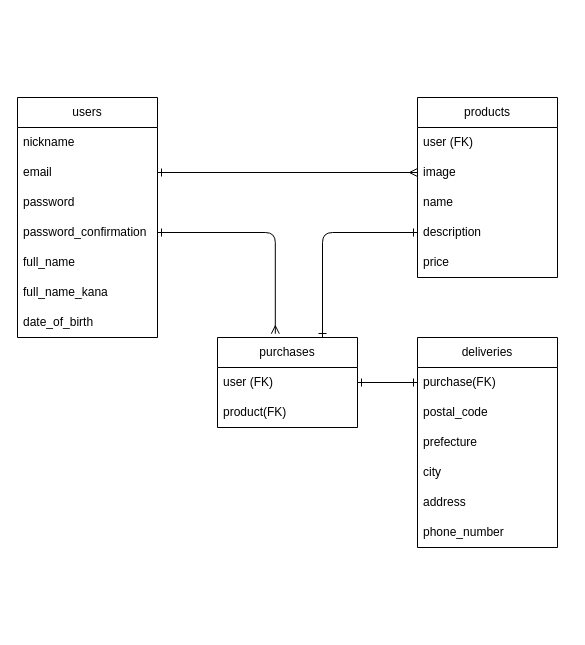
Above: furima.dio in taigo2023/furima-40423 (draw.io), before the change. Source tidied: cells renumbered, new cells numbered last; positions are measured from the earlier drawing's top-left corner, leaving out a move shared by most shapes. Both pictures are drawn from the tidied source at 100%, with x=0, y=0 at pixel (17, 97).
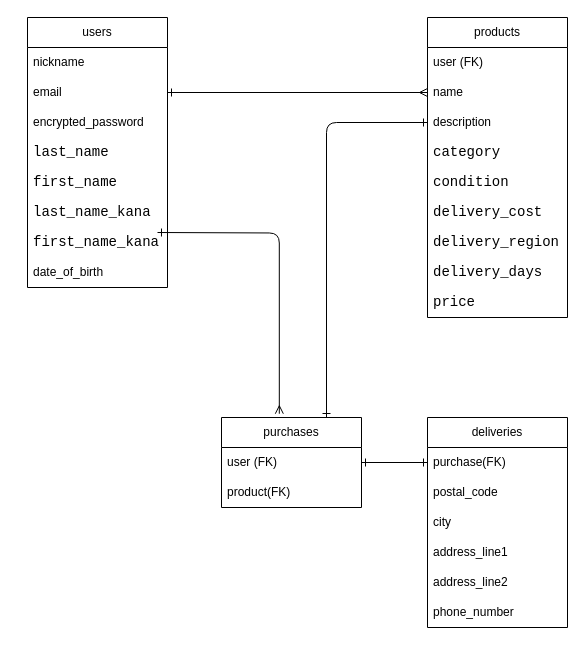
The same diagram, later.

Commit message (it also covers changes not shown here):
データベース設計 #3 　修正１

Unchanged cells that the change refers to:
```xml
<mxCell id="20" value="email" style="text;strokeColor=none;fillColor=none;align=left;verticalAlign=middle;spacingLeft=4;spacingRight=4;overflow=hidden;points=[[0,0.5],[1,0.5]];portConstraint=eastwest;whiteSpace=wrap;html=1;" parent="18" vertex="1">
  <mxGeometry y="60" width="140" height="30" as="geometry" />
</mxCell>
```

Change to the diagram source:
```diff
@@
     <mxCell id="2" value="products" style="swimlane;fontStyle=0;horizontal=1;startSize=30;whiteSpace=wrap;html=1;" parent="1" vertex="1">
-      <mxGeometry x="400" width="140" height="180" as="geometry" />
+      <mxGeometry x="410" y="-80" width="140" height="300" as="geometry" />
     </mxCell>
@@
-    <mxCell id="4" value="image" style="text;strokeColor=none;fillColor=none;align=left;verticalAlign=middle;spacingLeft=4;spacingRight=4;overflow=hidden;points=[[0,0.5],[1,0.5]];portConstraint=eastwest;whiteSpace=wrap;html=1;" parent="2" vertex="1">
-      <mxGeometry y="60" width="140" height="30" as="geometry" />
-    </mxCell>
     <mxCell id="5" value="name" style="text;strokeColor=none;fillColor=none;align=left;verticalAlign=middle;spacingLeft=4;spacingRight=4;overflow=hidden;points=[[0,0.5],[1,0.5]];portConstraint=eastwest;whiteSpace=wrap;html=1;" parent="2" vertex="1">
-      <mxGeometry y="90" width="140" height="30" as="geometry" />
+      <mxGeometry y="60" width="140" height="30" as="geometry" />
     </mxCell>
     <mxCell id="6" value="description" style="text;strokeColor=none;fillColor=none;align=left;verticalAlign=middle;spacingLeft=4;spacingRight=4;overflow=hidden;points=[[0,0.5],[1,0.5]];portConstraint=eastwest;whiteSpace=wrap;html=1;" parent="2" vertex="1">
-      <mxGeometry y="120" width="140" height="30" as="geometry" />
+      <mxGeometry y="90" width="140" height="30" as="geometry" />
     </mxCell>
+    <mxCell id="30" value="&lt;div style=&quot;background-color: rgb(255, 255, 255); font-family: &amp;quot;Ricty Diminished&amp;quot;, Consolas, &amp;quot;Courier New&amp;quot;, monospace; font-size: 14px; line-height: 19px;&quot;&gt;category&lt;/div&gt;" style="text;strokeColor=none;fillColor=none;align=left;verticalAlign=middle;spacingLeft=4;spacingRight=4;overflow=hidden;whiteSpace=wrap;html=1;" parent="2" vertex="1">
+      <mxGeometry y="120" width="140" height="30" as="geometry" />
+    </mxCell>
+    <mxCell id="31" value="&lt;div style=&quot;background-color: rgb(255, 255, 255); font-family: &amp;quot;Ricty Diminished&amp;quot;, Consolas, &amp;quot;Courier New&amp;quot;, monospace; font-size: 14px; line-height: 19px;&quot;&gt;condition&lt;/div&gt;" style="text;strokeColor=none;fillColor=none;align=left;verticalAlign=middle;spacingLeft=4;spacingRight=4;overflow=hidden;whiteSpace=wrap;html=1;" parent="2" vertex="1">
+      <mxGeometry y="150" width="140" height="30" as="geometry" />
+    </mxCell>
+    <mxCell id="32" value="&lt;div style=&quot;background-color: rgb(255, 255, 255); font-family: &amp;quot;Ricty Diminished&amp;quot;, Consolas, &amp;quot;Courier New&amp;quot;, monospace; font-size: 14px; line-height: 19px;&quot;&gt;&lt;div style=&quot;line-height: 19px;&quot;&gt;delivery_cost&lt;/div&gt;&lt;/div&gt;" style="text;strokeColor=none;fillColor=none;align=left;verticalAlign=middle;spacingLeft=4;spacingRight=4;overflow=hidden;whiteSpace=wrap;html=1;" parent="2" vertex="1">
+      <mxGeometry y="180" width="140" height="30" as="geometry" />
+    </mxCell>
+    <mxCell id="33" value="&lt;div style=&quot;background-color: rgb(255, 255, 255); font-family: &amp;quot;Ricty Diminished&amp;quot;, Consolas, &amp;quot;Courier New&amp;quot;, monospace; font-size: 14px; line-height: 19px;&quot;&gt;&lt;div style=&quot;line-height: 19px;&quot;&gt;&lt;div style=&quot;line-height: 19px;&quot;&gt;delivery_region&lt;/div&gt;&lt;/div&gt;&lt;/div&gt;" style="text;strokeColor=none;fillColor=none;align=left;verticalAlign=middle;spacingLeft=4;spacingRight=4;overflow=hidden;whiteSpace=wrap;html=1;" parent="2" vertex="1">
+      <mxGeometry y="210" width="140" height="30" as="geometry" />
+    </mxCell>
+    <mxCell id="34" value="&lt;div style=&quot;background-color: rgb(255, 255, 255); font-family: &amp;quot;Ricty Diminished&amp;quot;, Consolas, &amp;quot;Courier New&amp;quot;, monospace; font-size: 14px; line-height: 19px;&quot;&gt;&lt;div style=&quot;line-height: 19px;&quot;&gt;&lt;div style=&quot;line-height: 19px;&quot;&gt;&lt;div style=&quot;line-height: 19px;&quot;&gt;delivery_days&lt;/div&gt;&lt;/div&gt;&lt;/div&gt;&lt;/div&gt;" style="text;strokeColor=none;fillColor=none;align=left;verticalAlign=middle;spacingLeft=4;spacingRight=4;overflow=hidden;whiteSpace=wrap;html=1;" parent="2" vertex="1">
+      <mxGeometry y="240" width="140" height="30" as="geometry" />
+    </mxCell>
-    <mxCell id="7" value="price" style="text;strokeColor=none;fillColor=none;align=left;verticalAlign=middle;spacingLeft=4;spacingRight=4;overflow=hidden;whiteSpace=wrap;html=1;" parent="2" vertex="1">
-      <mxGeometry y="150" width="140" height="30" as="geometry" />
+    <mxCell id="7" value="&lt;div style=&quot;background-color: rgb(255, 255, 255); font-family: &amp;quot;Ricty Diminished&amp;quot;, Consolas, &amp;quot;Courier New&amp;quot;, monospace; font-size: 14px; line-height: 19px;&quot;&gt;&lt;div style=&quot;line-height: 19px;&quot;&gt;&lt;div style=&quot;line-height: 19px;&quot;&gt;&lt;div style=&quot;line-height: 19px;&quot;&gt;price&lt;/div&gt;&lt;/div&gt;&lt;/div&gt;&lt;/div&gt;" style="text;strokeColor=none;fillColor=none;align=left;verticalAlign=middle;spacingLeft=4;spacingRight=4;overflow=hidden;whiteSpace=wrap;html=1;" parent="2" vertex="1">
+      <mxGeometry y="270" width="140" height="30" as="geometry" />
     </mxCell>
     <mxCell id="8" value="purchases" style="swimlane;fontStyle=0;horizontal=1;startSize=30;whiteSpace=wrap;html=1;" parent="1" vertex="1">
-      <mxGeometry x="200" y="240" width="140" height="90" as="geometry" />
+      <mxGeometry x="204" y="320" width="140" height="90" as="geometry" />
     </mxCell>
@@
     <mxCell id="11" value="deliveries" style="swimlane;fontStyle=0;horizontal=1;startSize=30;whiteSpace=wrap;html=1;" parent="1" vertex="1">
-      <mxGeometry x="400" y="240" width="140" height="210" as="geometry" />
+      <mxGeometry x="410" y="320" width="140" height="210" as="geometry" />
     </mxCell>
@@
-    <mxCell id="14" value="prefecture" style="text;strokeColor=none;fillColor=none;align=left;verticalAlign=middle;spacingLeft=4;spacingRight=4;overflow=hidden;whiteSpace=wrap;html=1;" parent="11" vertex="1">
+    <mxCell id="14" value="city" style="text;strokeColor=none;fillColor=none;align=left;verticalAlign=middle;spacingLeft=4;spacingRight=4;overflow=hidden;whiteSpace=wrap;html=1;" parent="11" vertex="1">
       <mxGeometry y="90" width="140" height="30" as="geometry" />
     </mxCell>
-    <mxCell id="15" value="city" style="text;strokeColor=none;fillColor=none;align=left;verticalAlign=middle;spacingLeft=4;spacingRight=4;overflow=hidden;whiteSpace=wrap;html=1;" parent="11" vertex="1">
+    <mxCell id="15" value="address_line1" style="text;strokeColor=none;fillColor=none;align=left;verticalAlign=middle;spacingLeft=4;spacingRight=4;overflow=hidden;whiteSpace=wrap;html=1;" parent="11" vertex="1">
       <mxGeometry y="120" width="140" height="30" as="geometry" />
     </mxCell>
-    <mxCell id="16" value="address" style="text;strokeColor=none;fillColor=none;align=left;verticalAlign=middle;spacingLeft=4;spacingRight=4;overflow=hidden;whiteSpace=wrap;html=1;" parent="11" vertex="1">
+    <mxCell id="16" value="address_line2" style="text;strokeColor=none;fillColor=none;align=left;verticalAlign=middle;spacingLeft=4;spacingRight=4;overflow=hidden;whiteSpace=wrap;html=1;" parent="11" vertex="1">
       <mxGeometry y="150" width="140" height="30" as="geometry" />
     </mxCell>
@@
     <mxCell id="18" value="users" style="swimlane;fontStyle=0;horizontal=1;startSize=30;whiteSpace=wrap;html=1;" parent="1" vertex="1">
-      <mxGeometry width="140" height="240" as="geometry" />
+      <mxGeometry x="10" y="-80" width="140" height="270" as="geometry" />
     </mxCell>
@@
-    <mxCell id="21" value="password" style="text;strokeColor=none;fillColor=none;align=left;verticalAlign=middle;spacingLeft=4;spacingRight=4;overflow=hidden;whiteSpace=wrap;html=1;" parent="18" vertex="1">
+    <mxCell id="21" value="encrypted_password" style="text;strokeColor=none;fillColor=none;align=left;verticalAlign=middle;spacingLeft=4;spacingRight=4;overflow=hidden;whiteSpace=wrap;html=1;" parent="18" vertex="1">
       <mxGeometry y="90" width="140" height="30" as="geometry" />
     </mxCell>
-    <mxCell id="22" value="password_confirmation" style="text;strokeColor=none;fillColor=none;align=left;verticalAlign=middle;spacingLeft=4;spacingRight=4;overflow=hidden;points=[[0,0.5],[1,0.5]];portConstraint=eastwest;whiteSpace=wrap;html=1;" parent="18" vertex="1">
-      <mxGeometry y="120" width="140" height="30" as="geometry" />
-    </mxCell>
-    <mxCell id="23" value="full_name" style="text;strokeColor=none;fillColor=none;align=left;verticalAlign=middle;spacingLeft=4;spacingRight=4;overflow=hidden;whiteSpace=wrap;html=1;" parent="18" vertex="1">
-      <mxGeometry y="150" width="140" height="30" as="geometry" />
+    <mxCell id="23" value="&lt;div style=&quot;background-color: rgb(255, 255, 255); font-family: &amp;quot;Ricty Diminished&amp;quot;, Consolas, &amp;quot;Courier New&amp;quot;, monospace; font-size: 14px; line-height: 19px;&quot;&gt;last_name&lt;/div&gt;" style="text;strokeColor=none;fillColor=none;align=left;verticalAlign=middle;spacingLeft=4;spacingRight=4;overflow=hidden;whiteSpace=wrap;html=1;" parent="18" vertex="1">
+      <mxGeometry y="120" width="140" height="30" as="geometry" />
     </mxCell>
-    <mxCell id="24" value="full_name_kana" style="text;strokeColor=none;fillColor=none;align=left;verticalAlign=middle;spacingLeft=4;spacingRight=4;overflow=hidden;whiteSpace=wrap;html=1;" parent="18" vertex="1">
-      <mxGeometry y="180" width="140" height="30" as="geometry" />
+    <mxCell id="24" value="&lt;div style=&quot;background-color: rgb(255, 255, 255); font-family: &amp;quot;Ricty Diminished&amp;quot;, Consolas, &amp;quot;Courier New&amp;quot;, monospace; font-size: 14px; line-height: 19px;&quot;&gt;first_name&lt;/div&gt;" style="text;strokeColor=none;fillColor=none;align=left;verticalAlign=middle;spacingLeft=4;spacingRight=4;overflow=hidden;whiteSpace=wrap;html=1;" parent="18" vertex="1">
+      <mxGeometry y="150" width="140" height="30" as="geometry" />
     </mxCell>
+    <mxCell id="35" value="&lt;div style=&quot;background-color: rgb(255, 255, 255); font-family: &amp;quot;Ricty Diminished&amp;quot;, Consolas, &amp;quot;Courier New&amp;quot;, monospace; font-size: 14px; line-height: 19px;&quot;&gt;last_name_kana&lt;/div&gt;" style="text;strokeColor=none;fillColor=none;align=left;verticalAlign=middle;spacingLeft=4;spacingRight=4;overflow=hidden;whiteSpace=wrap;html=1;" parent="18" vertex="1">
+      <mxGeometry y="180" width="140" height="30" as="geometry" />
+    </mxCell>
+    <mxCell id="36" value="&lt;div style=&quot;background-color: rgb(255, 255, 255); font-family: &amp;quot;Ricty Diminished&amp;quot;, Consolas, &amp;quot;Courier New&amp;quot;, monospace; font-size: 14px; line-height: 19px;&quot;&gt;first_name_kana&lt;/div&gt;" style="text;strokeColor=none;fillColor=none;align=left;verticalAlign=middle;spacingLeft=4;spacingRight=4;overflow=hidden;whiteSpace=wrap;html=1;" parent="18" vertex="1">
+      <mxGeometry y="210" width="140" height="30" as="geometry" />
+    </mxCell>
     <mxCell id="25" value="date_of_birth" style="text;strokeColor=none;fillColor=none;align=left;verticalAlign=middle;spacingLeft=4;spacingRight=4;overflow=hidden;whiteSpace=wrap;html=1;" parent="18" vertex="1">
-      <mxGeometry y="210" width="140" height="30" as="geometry" />
+      <mxGeometry y="240" width="140" height="30" as="geometry" />
     </mxCell>
-    <mxCell id="26" style="edgeStyle=none;html=1;exitX=0;exitY=0.5;exitDx=0;exitDy=0;entryX=1;entryY=0.5;entryDx=0;entryDy=0;startArrow=ERmany;startFill=0;endArrow=ERone;endFill=0;sourcePerimeterSpacing=0;strokeWidth=1;" parent="1" edge="1" source="4" target="20">
+    <mxCell id="26" style="edgeStyle=none;html=1;exitX=0;exitY=0.5;exitDx=0;exitDy=0;entryX=1;entryY=0.5;entryDx=0;entryDy=0;startArrow=ERmany;startFill=0;endArrow=ERone;endFill=0;sourcePerimeterSpacing=0;strokeWidth=1;" parent="1" edge="1" source="5" target="20">
       <mxGeometry relative="1" as="geometry" />
     </mxCell>
-    <mxCell id="27" style="edgeStyle=orthogonalEdgeStyle;html=1;exitX=1;exitY=0.5;exitDx=0;exitDy=0;entryX=0.413;entryY=-0.042;entryDx=0;entryDy=0;entryPerimeter=0;strokeWidth=1;startArrow=ERone;startFill=0;endArrow=ERmany;endFill=0;sourcePerimeterSpacing=0;" parent="1" edge="1" source="22" target="8">
-      <mxGeometry relative="1" as="geometry" />
+    <mxCell id="27" style="edgeStyle=orthogonalEdgeStyle;html=1;exitX=1;exitY=0.5;exitDx=0;exitDy=0;entryX=0.413;entryY=-0.042;entryDx=0;entryDy=0;entryPerimeter=0;strokeWidth=1;startArrow=ERone;startFill=0;endArrow=ERmany;endFill=0;sourcePerimeterSpacing=0;" parent="1" edge="1" target="8">
+      <mxGeometry relative="1" as="geometry">
+        <mxPoint x="140" y="135" as="sourcePoint" />
+      </mxGeometry>
     </mxCell>
```
